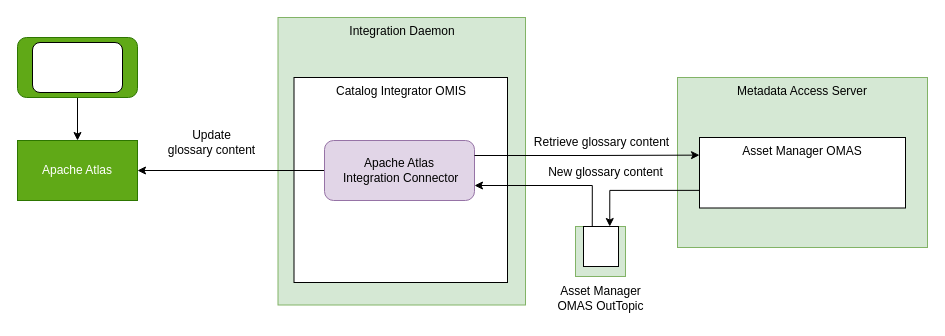
This is page "catalog-integration-connectors" (23 of 25) of site/docs/connectors/connector-catalog.drawio from odpi/egeria-docs, a draw.io file, before an edit. Source tidied: cells renumbered, new cells numbered last; positions are measured from the earlier drawing's top-left corner, leaving out a move shared by most shapes. Both pictures are drawn from the tidied source at 100%, with x=0, y=0 at pixel (17, 17).
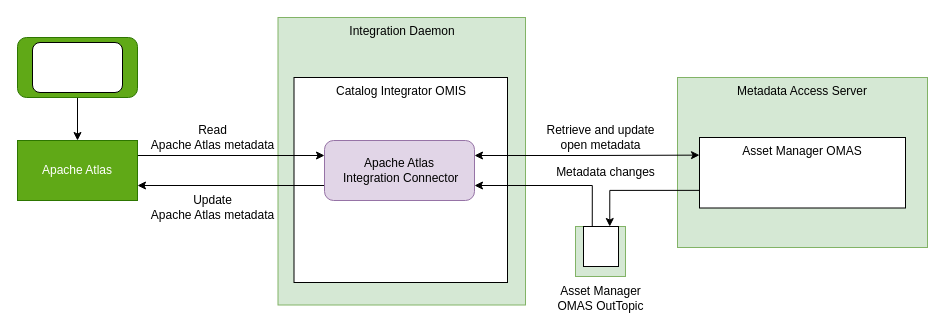
The same diagram, later.

The change refers to these unchanged cells:
```xml
<mxCell id="5" value="Apache Atlas&lt;br&gt;&amp;nbsp;Integration Connector" style="rounded=1;whiteSpace=wrap;html=1;fillColor=#e1d5e7;strokeColor=#9673a6;" parent="1" vertex="1">
  <mxGeometry x="307" y="123" width="150" height="60" as="geometry" />
</mxCell>
<mxCell id="6" value="Apache Atlas" style="rounded=0;whiteSpace=wrap;html=1;shadow=0;verticalAlign=middle;fillColor=#60a917;strokeColor=#2D7600;fontColor=#ffffff;" parent="1" vertex="1">
  <mxGeometry y="123" width="120" height="60" as="geometry" />
</mxCell>
<mxCell id="8" value="Asset Manager OMAS" style="rounded=0;whiteSpace=wrap;html=1;verticalAlign=top;" parent="1" vertex="1">
  <mxGeometry x="682" y="120" width="206" height="70.5" as="geometry" />
</mxCell>
```

Diff of the diagram source:
```diff
@@
-    <mxCell id="4" style="edgeStyle=orthogonalEdgeStyle;rounded=0;jettySize=auto;html=1;exitX=0;exitY=0.5;exitDx=0;exitDy=0;entryX=1;entryY=0.5;entryDx=0;entryDy=0;startArrow=none;startFill=0;" parent="1" edge="1" source="5" target="6">
+    <mxCell id="4" style="edgeStyle=orthogonalEdgeStyle;rounded=0;jettySize=auto;html=1;exitX=0;exitY=0.75;exitDx=0;exitDy=0;entryX=1;entryY=0.75;entryDx=0;entryDy=0;startArrow=none;startFill=0;" parent="1" edge="1" source="5" target="6">
       <mxGeometry relative="1" as="geometry" />
     </mxCell>
@@
+    <mxCell id="21" style="edgeStyle=orthogonalEdgeStyle;rounded=0;jettySize=auto;html=1;exitX=1;exitY=0.25;exitDx=0;exitDy=0;entryX=0;entryY=0.25;entryDx=0;entryDy=0;" parent="1" edge="1" source="6" target="5">
+      <mxGeometry relative="1" as="geometry" />
+    </mxCell>
@@
-    <mxCell id="9" style="edgeStyle=orthogonalEdgeStyle;rounded=0;jettySize=auto;html=1;exitX=1;exitY=0.25;exitDx=0;exitDy=0;startArrow=none;startFill=0;entryX=0;entryY=0.25;entryDx=0;entryDy=0;" parent="1" edge="1" source="5" target="8">
+    <mxCell id="9" style="edgeStyle=orthogonalEdgeStyle;rounded=0;jettySize=auto;html=1;exitX=1;exitY=0.25;exitDx=0;exitDy=0;startArrow=classic;startFill=1;entryX=0;entryY=0.25;entryDx=0;entryDy=0;" parent="1" edge="1" source="5" target="8">
       <mxGeometry relative="1" as="geometry" />
     </mxCell>
-    <mxCell id="10" value="Retrieve glossary content" style="text;html=1;align=center;verticalAlign=middle;" parent="1" vertex="1">
-      <mxGeometry x="503.5" y="110" width="160" height="30" as="geometry" />
+    <mxCell id="10" value="Retrieve and update&lt;br&gt;open metadata" style="text;html=1;align=center;verticalAlign=middle;" parent="1" vertex="1">
+      <mxGeometry x="518" y="100" width="130" height="40" as="geometry" />
     </mxCell>
@@
-    <mxCell id="16" value="Update&lt;br&gt;glossary content" style="text;html=1;align=center;verticalAlign=middle;strokeColor=none;fillColor=none;" parent="1" vertex="1">
-      <mxGeometry x="139" y="105" width="110" height="40" as="geometry" />
+    <mxCell id="16" value="Update&lt;br&gt;Apache Atlas metadata" style="text;html=1;align=center;verticalAlign=middle;strokeColor=none;fillColor=none;" parent="1" vertex="1">
+      <mxGeometry x="120" y="170.2" width="150" height="40" as="geometry" />
     </mxCell>
-    <mxCell id="17" value="New glossary content" style="text;html=1;align=center;verticalAlign=middle;strokeColor=none;fillColor=none;" parent="1" vertex="1">
-      <mxGeometry x="518" y="140.2" width="140" height="30" as="geometry" />
+    <mxCell id="17" value="Metadata changes" style="text;html=1;align=center;verticalAlign=middle;strokeColor=none;fillColor=none;" parent="1" vertex="1">
+      <mxGeometry x="528" y="140.2" width="120" height="30" as="geometry" />
     </mxCell>
@@
+    <mxCell id="22" value="Read&lt;br&gt;Apache Atlas metadata" style="text;html=1;align=center;verticalAlign=middle;strokeColor=none;fillColor=none;" parent="1" vertex="1">
+      <mxGeometry x="120" y="100" width="150" height="40" as="geometry" />
+    </mxCell>
```
